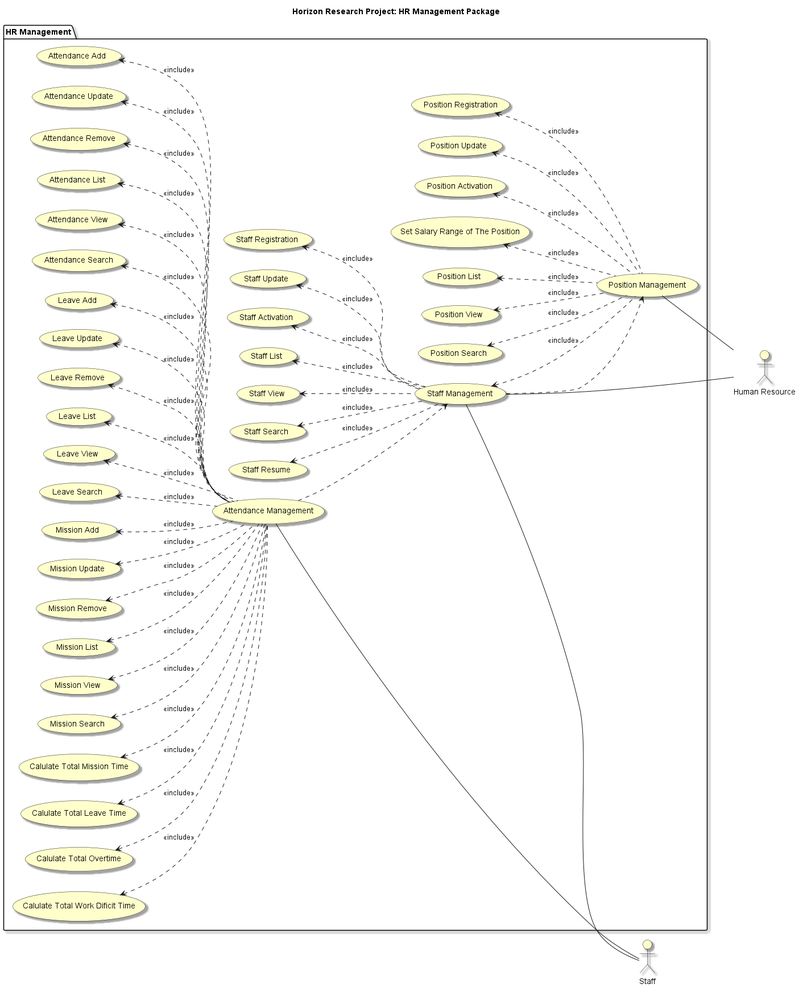
The PlantUML diagram HorizonModeling/HorizonUml/out/UseCase/Use Case/Packages/HRManagementUseCaseDiagram.png in mahyaresteki/Horizon, before a commit. The source it was exported from:
```plantuml
@startuml
left to right direction

skinparam useCaseBackgroundColor #Business
skinparam actorBackgroundColor #Business
skinparam Shadowing True

title Horizon Research Project: HR Management Package

:Human Resource: as HR
:Staff: as Staff

package "HR Management"{
    usecase "Position Management" as positionManagement
    usecase "Position Registration" as positionRegistration
    usecase "Position Update" as positionUpdate
    usecase "Position Activation" as positionActivation
    usecase "Set Salary Range of The Position" as setPositionSalaryrange
    usecase "Position List" as positionList
    usecase "Position View" as positionView
    usecase "Position Search" as positionSearch
    usecase "Staff Management" as staffManagement
    usecase "Staff Registration" as staffRegistration
    usecase "Staff Update" as staffUpdate
    usecase "Staff Activation" as staffActivation
    usecase "Staff List" as staffList
    usecase "Staff View" as staffView
    usecase "Staff Search" as staffSearch
    usecase "Staff Resume" as staffResume
    usecase "Attendance Management" as attendanceManagement
    usecase "Attendance Add" as attendanceAdd
    usecase "Attendance Update" as AttendanceUpdate
    usecase "Attendance Remove" as AttendanceRemove
    usecase "Attendance List" as attendanceList
    usecase "Attendance View" as attendanceView
    usecase "Attendance Search" as attendanceSearch
    usecase "Leave Add" as leaveAdd
    usecase "Leave Update" as leaveUpdate
    usecase "Leave Remove" as leaveRemove
    usecase "Leave List" as leaveList
    usecase "Leave View" as leaveView
    usecase "Leave Search" as leaveSearch
    usecase "Mission Add" as missionAdd
    usecase "Mission Update" as missionUpdate
    usecase "Mission Remove" as missionRemove
    usecase "Mission List" as missionList
    usecase "Mission View" as missionView
    usecase "Mission Search" as missionSearch
    usecase "Calulate Total Mission Time" as totalMissionTime
    usecase "Calulate Total Leave Time" as totalLeaveTime
    usecase "Calulate Total Overtime" as totalOvertime
    usecase "Calulate Total Work Dificit Time" as totalWorkDificitTime

}

staffManagement -- HR
positionManagement -- HR
staffManagement -- Staff
attendanceManagement -- Staff

staffManagement ..> positionManagement
attendanceManagement ..> staffManagement

staffRegistration <.. staffManagement : <<include>>
staffUpdate <.. staffManagement : <<include>>
staffActivation <.. staffManagement : <<include>>
staffList <.. staffManagement : <<include>>
staffView <.. staffManagement : <<include>>
staffSearch <.. staffManagement : <<include>>
staffResume <.. staffManagement : <<include>>
positionRegistration <.. positionManagement : <<include>>
positionUpdate <.. positionManagement : <<include>>
positionActivation <.. positionManagement : <<include>>
positionList <.. positionManagement : <<include>>
positionView <.. positionManagement : <<include>>
positionSearch <.. positionManagement : <<include>>
setPositionSalaryrange <.. positionManagement : <<include>>
staffManagement <.. positionManagement : <<include>>

attendanceAdd <.. attendanceManagement : <<include>>
AttendanceUpdate <.. attendanceManagement : <<include>>
AttendanceRemove <.. attendanceManagement : <<include>>
attendanceList <.. attendanceManagement : <<include>>
attendanceView <.. attendanceManagement : <<include>>
attendanceSearch <.. attendanceManagement : <<include>>
leaveAdd <.. attendanceManagement : <<include>>
leaveUpdate <.. attendanceManagement : <<include>>
leaveRemove <.. attendanceManagement : <<include>>
leaveList <.. attendanceManagement : <<include>>
leaveView <.. attendanceManagement : <<include>>
leaveSearch <.. attendanceManagement : <<include>>
missionAdd <.. attendanceManagement : <<include>>
missionUpdate <.. attendanceManagement : <<include>>
missionRemove <.. attendanceManagement : <<include>>
missionList <.. attendanceManagement : <<include>>
missionView <.. attendanceManagement : <<include>>
missionSearch <.. attendanceManagement : <<include>>
totalMissionTime <.. attendanceManagement : <<include>>
totalLeaveTime <.. attendanceManagement : <<include>>
totalOvertime <.. attendanceManagement : <<include>>
totalWorkDificitTime <.. attendanceManagement : <<include>>
@enduml
```
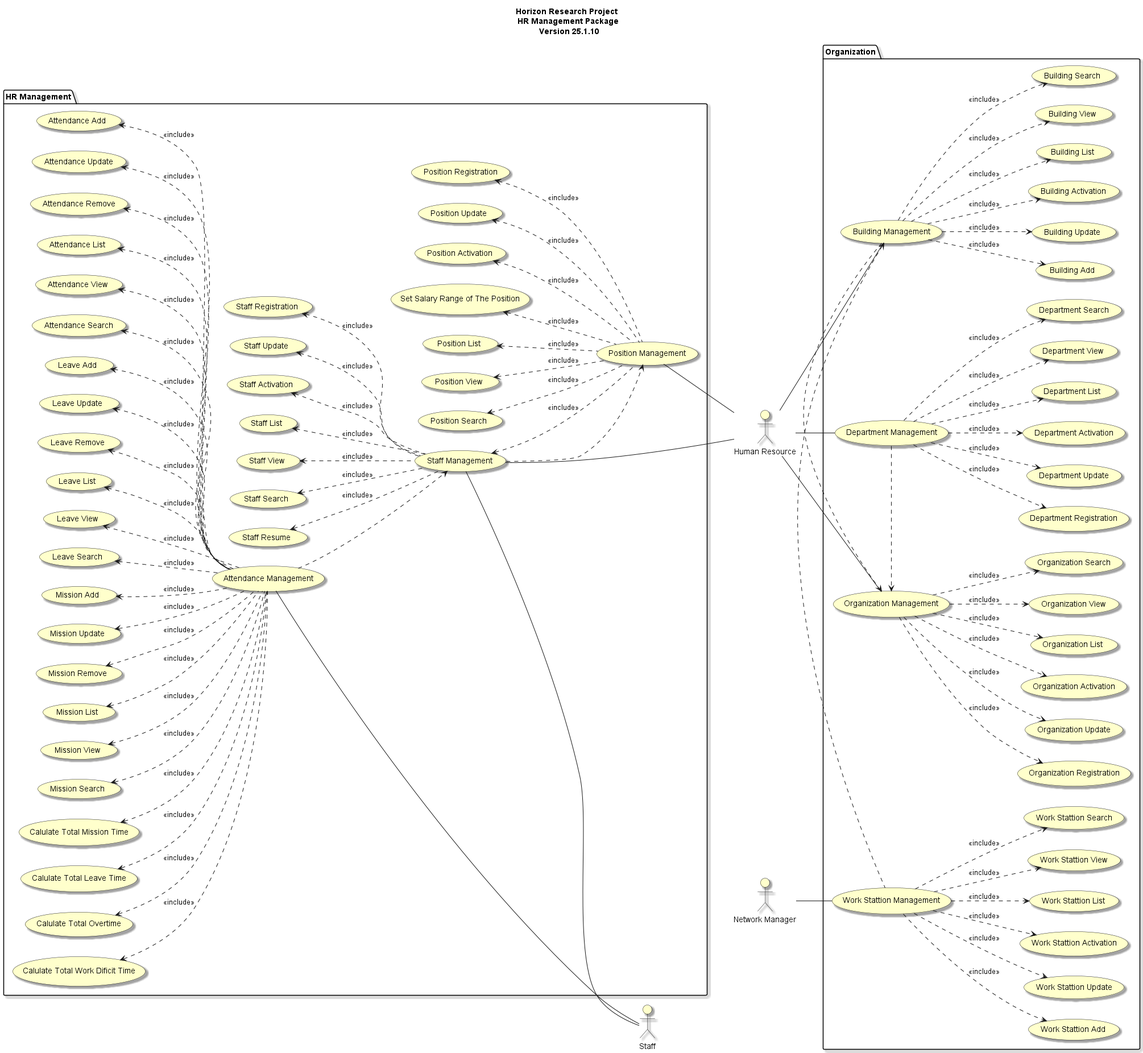
Later version of the same file.

Diff of the diagram source:
```diff
@@ -5,9 +5,10 @@
 skinparam actorBackgroundColor #Business
 skinparam Shadowing True
 
-title Horizon Research Project: HR Management Package
+title Horizon Research Project \n HR Management Package \n Version 25.1.10
 
 :Human Resource: as HR
+:Network Manager: as NetworkManager
 :Staff: as Staff
 
 package "HR Management"{
@@ -52,6 +53,71 @@
     usecase "Calulate Total Work Dificit Time" as totalWorkDificitTime
 
 }
+
+package "Organization"{
+    usecase "Organization Management" as organizationManagement
+    usecase "Organization Registration" as organizationRegistration
+    usecase "Organization Update" as organizationUpdate
+    usecase "Organization Activation" as organizationActivation
+    usecase "Organization List" as organizationList
+    usecase "Organization View" as organizationView
+    usecase "Organization Search" as organizationSearch
+    usecase "Department Management" as departmentManagement
+    usecase "Department Registration" as departmentRegistration
+    usecase "Department Update" as departmentUpdate
+    usecase "Department Activation" as departmentActivation
+    usecase "Department List" as departmentList
+    usecase "Department View" as departmentView
+    usecase "Department Search" as departmentSearch
+    usecase "Building Management" as buildingManagement
+    usecase "Building Add" as buildingAdd
+    usecase "Building Update" as buildingUpdate
+    usecase "Building Activation" as buildingActivation
+    usecase "Building List" as buildingList
+    usecase "Building View" as buildingView
+    usecase "Building Search" as buildingSearch
+    usecase "Work Stattion Management" as workStationManagement
+    usecase "Work Stattion Add" as workStationAdd
+    usecase "Work Stattion Update" as workStationUpdate
+    usecase "Work Stattion Activation" as workStationActivation
+    usecase "Work Stattion List" as workStationList
+    usecase "Work Stattion View" as workStationView
+    usecase "Work Stattion Search" as workStationSearch
+}
+
+HR -- departmentManagement
+HR -- organizationManagement
+HR -- buildingManagement
+NetworkManager -- workStationManagement
+
+departmentManagement .> organizationManagement
+buildingManagement <. workStationManagement
+buildingManagement .> organizationManagement
+
+organizationManagement ..> organizationRegistration : <<include>>
+organizationManagement ..> organizationUpdate : <<include>>
+organizationManagement ..> organizationActivation : <<include>>
+organizationManagement ..> organizationList : <<include>>
+organizationManagement ..> organizationView : <<include>>
+organizationManagement ..> organizationSearch : <<include>>
+departmentManagement ..> departmentRegistration : <<include>>
+departmentManagement ..> departmentUpdate : <<include>>
+departmentManagement ..> departmentActivation : <<include>>
+departmentManagement ..> departmentList : <<include>>
+departmentManagement ..> departmentView : <<include>>
+departmentManagement ..> departmentSearch : <<include>>
+buildingManagement ..> buildingAdd : <<include>>
+buildingManagement ..> buildingUpdate : <<include>>
+buildingManagement ..> buildingActivation : <<include>>
+buildingManagement ..> buildingList : <<include>>
+buildingManagement ..> buildingView : <<include>>
+buildingManagement ..> buildingSearch : <<include>>
+workStationManagement ..> workStationAdd : <<include>>
+workStationManagement ..> workStationUpdate : <<include>>
+workStationManagement ..> workStationActivation : <<include>>
+workStationManagement ..> workStationList : <<include>>
+workStationManagement ..> workStationView : <<include>>
+workStationManagement ..> workStationSearch : <<include>>
 
 staffManagement -- HR
 positionManagement -- HR
```
